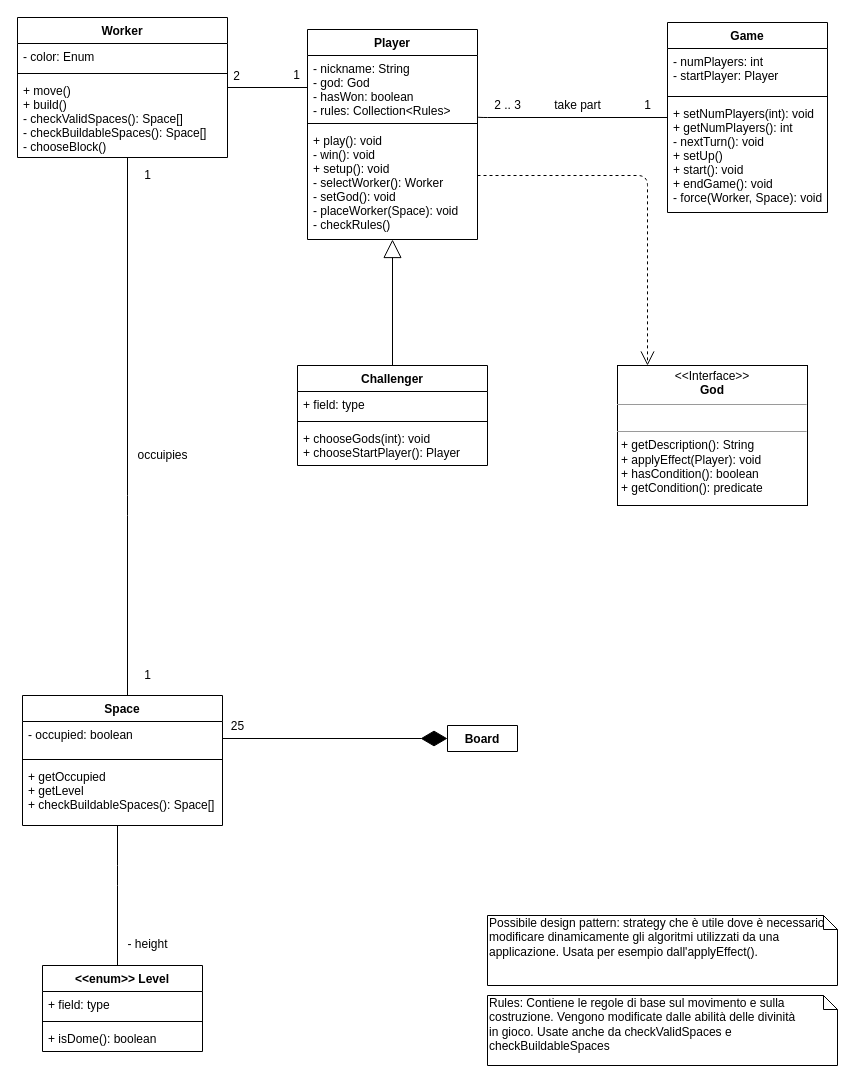
Above: UML_Diagram.drawio in massitaverna/ing-sw-2020-taverna-sorrentino-stagnoli (draw.io), before the change. Source tidied: cells renumbered, new cells numbered last; positions are measured from the earlier drawing's top-left corner, leaving out a move shared by most shapes. Both pictures are drawn from the tidied source at 100%, with x=0, y=0 at pixel (17, 17).
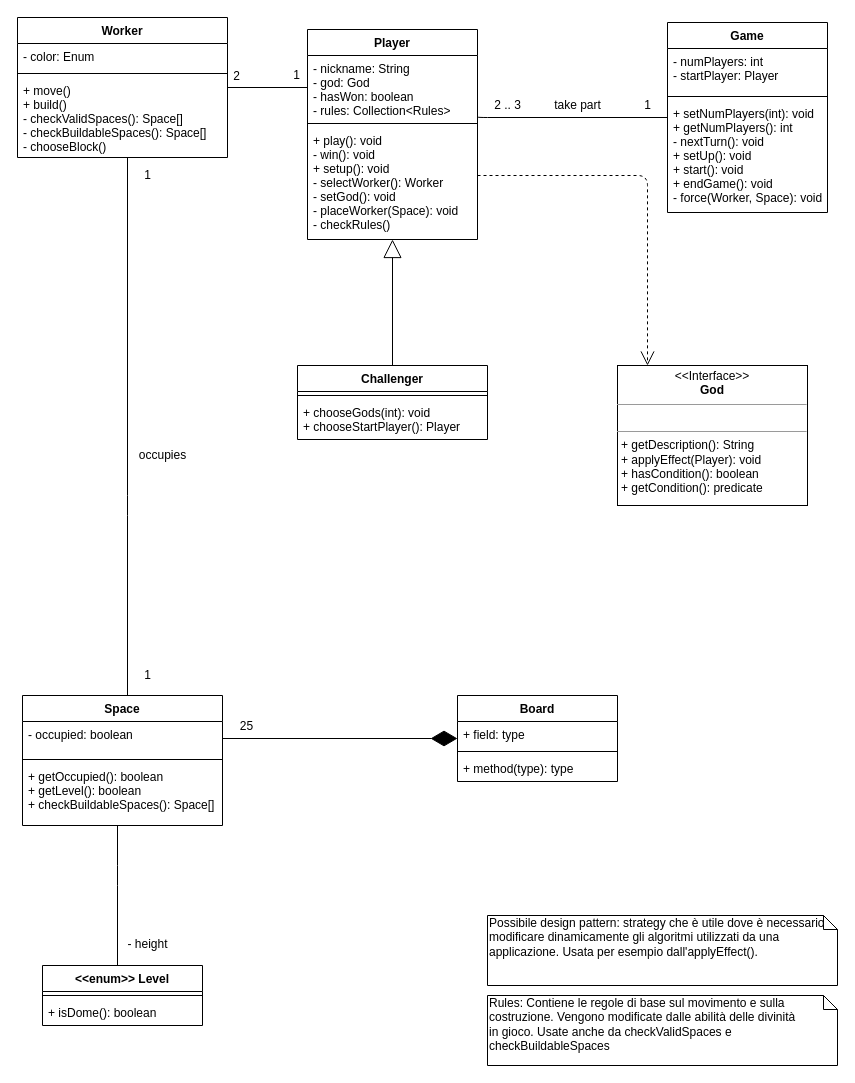
Above is the later version.

The change refers to these unchanged cells:
```xml
<mxCell id="14" value="Game" style="swimlane;fontStyle=1;align=center;verticalAlign=top;horizontal=1;startSize=26;" parent="1" vertex="1">
  <mxGeometry x="650" y="5" width="160" height="190" as="geometry" />
</mxCell>
<mxCell id="34" value="Space" style="swimlane;fontStyle=1;align=center;verticalAlign=top;horizontal=1;startSize=26;" parent="1" vertex="1">
  <mxGeometry x="5" y="678" width="200" height="130" as="geometry" />
</mxCell>
```

What changed in the source:
```diff
@@
-    <mxCell id="17" value="+ setNumPlayers(int): void&#10;+ getNumPlayers(): int&#10;- nextTurn(): void&#10;+ setUp()&#10;+ start(): void&#10;+ endGame(): void&#10;- force(Worker, Space): void" style="text;strokeColor=none;fillColor=none;align=left;verticalAlign=top;spacingLeft=4;spacingRight=4;overflow=hidden;" parent="14" vertex="1">
+    <mxCell id="17" value="+ setNumPlayers(int): void&#10;+ getNumPlayers(): int&#10;- nextTurn(): void&#10;+ setUp(): void&#10;+ start(): void&#10;+ endGame(): void&#10;- force(Worker, Space): void" style="text;strokeColor=none;fillColor=none;align=left;verticalAlign=top;spacingLeft=4;spacingRight=4;overflow=hidden;" parent="14" vertex="1">
       <mxGeometry y="78" width="160" height="112" as="geometry" />
     </mxCell>
@@
     <mxCell id="24" value="Challenger" style="swimlane;fontStyle=1;align=center;verticalAlign=top;horizontal=1;startSize=26;" parent="1" vertex="1">
-      <mxGeometry x="280" y="348" width="190" height="100" as="geometry" />
+      <mxGeometry x="280" y="348" width="190" height="74" as="geometry" />
     </mxCell>
-    <mxCell id="25" value="+ field: type" style="text;strokeColor=none;fillColor=none;align=left;verticalAlign=top;spacingLeft=4;spacingRight=4;overflow=hidden;" parent="24" vertex="1">
-      <mxGeometry y="26" width="190" height="26" as="geometry" />
-    </mxCell>
     <mxCell id="26" style="line;strokeWidth=1;fillColor=none;align=left;verticalAlign=middle;spacingTop=-1;spacingLeft=3;spacingRight=3;labelPosition=right;" parent="24" vertex="1">
-      <mxGeometry y="52" width="190" height="8" as="geometry" />
+      <mxGeometry y="26" width="190" height="8" as="geometry" />
     </mxCell>
     <mxCell id="27" value="+ chooseGods(int): void&#10;+ chooseStartPlayer(): Player" style="text;strokeColor=none;fillColor=none;align=left;verticalAlign=top;spacingLeft=4;spacingRight=4;overflow=hidden;" parent="24" vertex="1">
-      <mxGeometry y="60" width="190" height="40" as="geometry" />
+      <mxGeometry y="34" width="190" height="40" as="geometry" />
     </mxCell>
@@
-    <mxCell id="37" value="+ getOccupied&#10;+ getLevel&#10;+ checkBuildableSpaces(): Space[]" style="text;strokeColor=none;fillColor=none;align=left;verticalAlign=top;spacingLeft=4;spacingRight=4;overflow=hidden;" parent="34" vertex="1">
+    <mxCell id="37" value="+ getOccupied(): boolean&#10;+ getLevel(): boolean&#10;+ checkBuildableSpaces(): Space[]" style="text;strokeColor=none;fillColor=none;align=left;verticalAlign=top;spacingLeft=4;spacingRight=4;overflow=hidden;" parent="34" vertex="1">
       <mxGeometry y="68" width="200" height="62" as="geometry" />
     </mxCell>
     <mxCell id="38" value="&lt;&lt;enum&gt;&gt; Level" style="swimlane;fontStyle=1;align=center;verticalAlign=top;horizontal=1;startSize=26;" parent="1" vertex="1">
-      <mxGeometry x="25" y="948" width="160" height="86" as="geometry" />
+      <mxGeometry x="25" y="948" width="160" height="60" as="geometry" />
     </mxCell>
-    <mxCell id="39" value="+ field: type" style="text;strokeColor=none;fillColor=none;align=left;verticalAlign=top;spacingLeft=4;spacingRight=4;overflow=hidden;" parent="38" vertex="1">
-      <mxGeometry y="26" width="160" height="26" as="geometry" />
-    </mxCell>
     <mxCell id="40" style="line;strokeWidth=1;fillColor=none;align=left;verticalAlign=middle;spacingTop=-1;spacingLeft=3;spacingRight=3;labelPosition=right;" parent="38" vertex="1">
-      <mxGeometry y="52" width="160" height="8" as="geometry" />
+      <mxGeometry y="26" width="160" height="8" as="geometry" />
     </mxCell>
     <mxCell id="41" value="+ isDome(): boolean" style="text;strokeColor=none;fillColor=none;align=left;verticalAlign=top;spacingLeft=4;spacingRight=4;overflow=hidden;" parent="38" vertex="1">
-      <mxGeometry y="60" width="160" height="26" as="geometry" />
+      <mxGeometry y="34" width="160" height="26" as="geometry" />
     </mxCell>
@@
-    <mxCell id="44" value="occuipies" style="text;html=1;align=center;verticalAlign=middle;rotation=0;" parent="1" vertex="1">
-      <mxGeometry x="110" y="428" width="70" height="20" as="geometry" />
+    <mxCell id="44" value="occupies" style="text;html=1;align=center;verticalAlign=middle;rotation=0;" parent="1" vertex="1">
+      <mxGeometry x="115" y="428" width="60" height="20" as="geometry" />
     </mxCell>
+    <mxCell id="46" value="Possibile design pattern: strategy che è utile dove è necessario modificare dinamicamente gli algoritmi utilizzati da una applicazione. Usata per esempio dall'applyEffect()." style="shape=note;whiteSpace=wrap;html=1;size=14;verticalAlign=top;align=left;spacingTop=-6;" parent="1" vertex="1">
+      <mxGeometry x="470" y="898" width="350" height="70" as="geometry" />
+    </mxCell>
-    <mxCell id="45" value="Board" style="swimlane;fontStyle=1;align=center;verticalAlign=top;horizontal=1;startSize=26;" parent="1" vertex="1" collapsed="1">
-      <mxGeometry x="430" y="708" width="70" height="26" as="geometry" />
+    <mxCell id="45" value="Board" style="swimlane;fontStyle=1;align=center;verticalAlign=top;horizontal=1;startSize=26;" parent="1" vertex="1">
+      <mxGeometry x="440" y="678" width="160" height="86" as="geometry" />
     </mxCell>
-    <mxCell id="46" value="Possibile design pattern: strategy che è utile dove è necessario modificare dinamicamente gli algoritmi utilizzati da una applicazione. Usata per esempio dall'applyEffect()." style="shape=note;whiteSpace=wrap;html=1;size=14;verticalAlign=top;align=left;spacingTop=-6;" parent="1" vertex="1">
-      <mxGeometry x="470" y="898" width="350" height="70" as="geometry" />
-    </mxCell>
+    <mxCell id="39" value="+ field: type" style="text;strokeColor=none;fillColor=none;align=left;verticalAlign=top;spacingLeft=4;spacingRight=4;overflow=hidden;" parent="45" vertex="1">
+      <mxGeometry y="26" width="160" height="26" as="geometry" />
+    </mxCell>
+    <mxCell id="47" style="line;strokeWidth=1;fillColor=none;align=left;verticalAlign=middle;spacingTop=-1;spacingLeft=3;spacingRight=3;labelPosition=right;" parent="45" vertex="1">
+      <mxGeometry y="52" width="160" height="8" as="geometry" />
+    </mxCell>
+    <mxCell id="48" value="+ method(type): type" style="text;strokeColor=none;fillColor=none;align=left;verticalAlign=top;spacingLeft=4;spacingRight=4;overflow=hidden;" parent="45" vertex="1">
+      <mxGeometry y="60" width="160" height="26" as="geometry" />
+    </mxCell>
```
